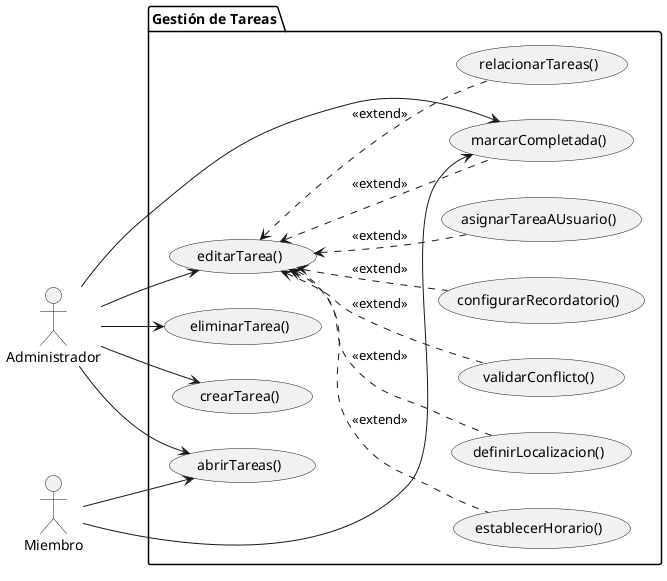
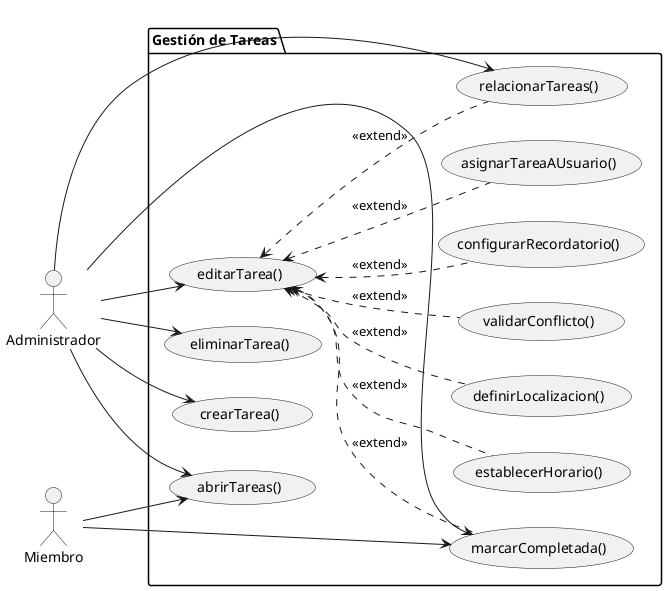
@startuml DiagramaGestionTareas
left to right direction

actor "Administrador" as Admin
actor "Miembro" as Miem

package "Gestión de Tareas" {
    ' Casos de Uso Principales
    usecase "crearTarea()" as UC1
    usecase "editarTarea()" as UC2
    usecase "eliminarTarea()" as UC3
    usecase "marcarCompletada()" as UC4
    usecase "abrirTareas()" as UC8

    ' Casos de Uso de Detalle (Extensiones)
    usecase "relacionarTareas()" as UC5
    usecase "establecerHorario()" as UC6
    usecase "definirLocalizacion()" as UC7
    usecase "validarConflicto()" as UC9
    usecase "configurarRecordatorio()" as UC10
    usecase "asignarTareaAUsuario()" as UC11
}

' Relaciones directas para el Administrador
Admin --> UC1
Admin --> UC2
Admin --> UC3
Admin --> UC4
+ Admin --> UC5
Admin --> UC8

' Relaciones directas para el Miembro
Miem --> UC4
Miem --> UC8

' Relaciones de extensión (UC2 concentra ahora toda la configuración avanzada)
UC2 <.. UC4 : <<extend>>
UC2 <.. UC5 : <<extend>>
UC2 <.. UC6 : <<extend>>
UC2 <.. UC7 : <<extend>>
UC2 <.. UC9 : <<extend>>
UC2 <.. UC10 : <<extend>>
UC2 <.. UC11 : <<extend>>

@enduml